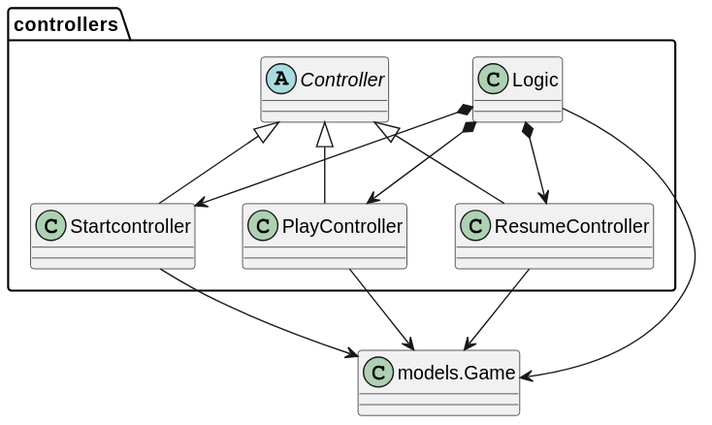
Above: out/connect4/Docs/diagrams/src/packages/connect4.connect4.controllers/connect4.connect4.controllers.svg in js-rom/connect4 (PlantUML), before the change. Its diagram source:
```plantuml
@startuml
abstract class controllers.Controller
class controllers.Startcontroller
class controllers.PlayController
class controllers.ResumeController
class controllers.Logic
class Game as "models.Game"

Controller <|-- Startcontroller
Controller <|-- PlayController
Controller <|-- ResumeController

Logic --> Game
Logic *--> Startcontroller
Logic *--> PlayController
Logic *--> ResumeController

Startcontroller --> Game
PlayController --> Game
ResumeController --> Game
@enduml
```
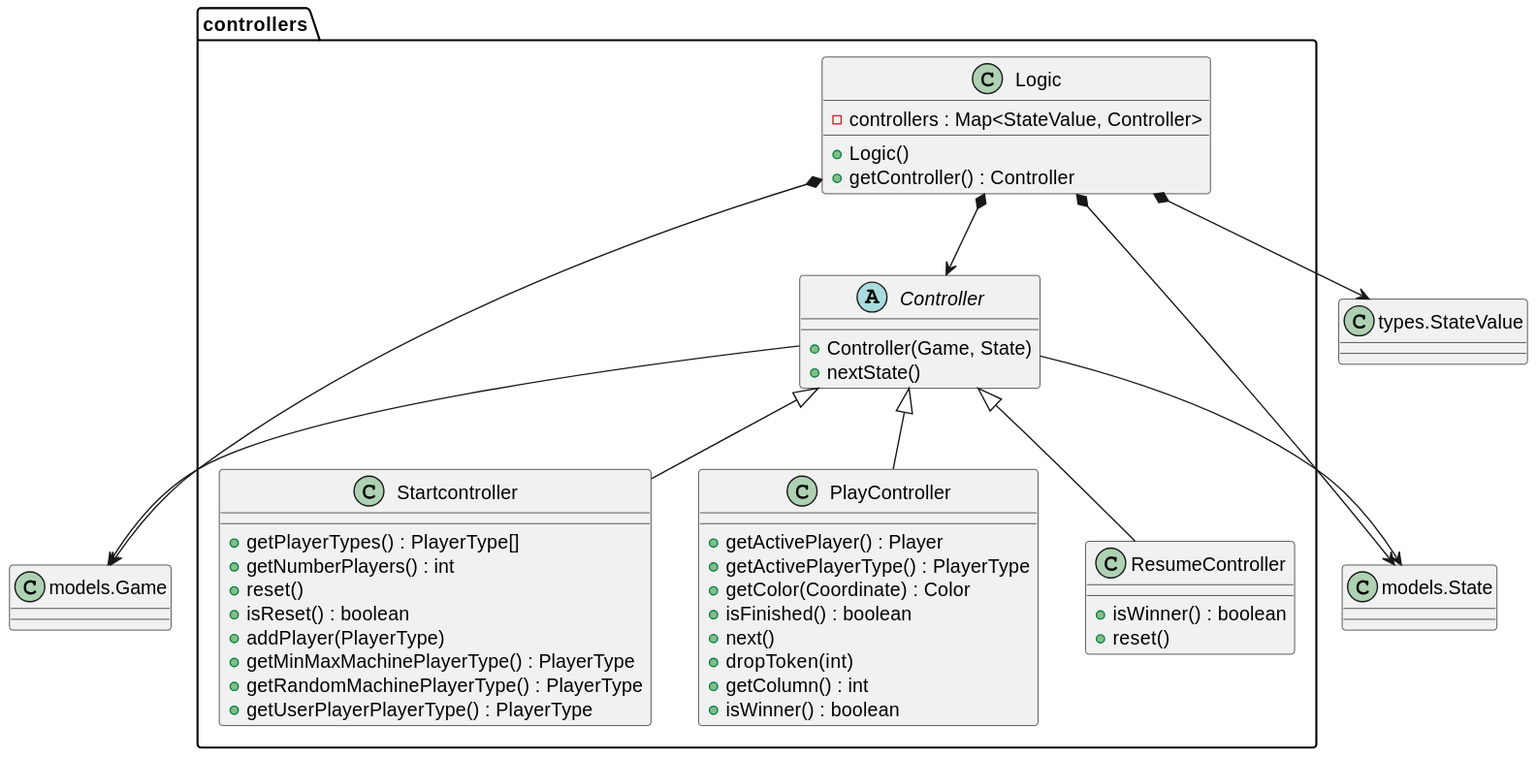
After the change.

Change to the diagram source:
```diff
@@ -1,21 +1,58 @@
 @startuml
-abstract class controllers.Controller
-class controllers.Startcontroller
-class controllers.PlayController
-class controllers.ResumeController
-class controllers.Logic
+class controllers.Logic {
+    -controllers : Map<StateValue, Controller>
+    +Logic()
+    +getController() : Controller
+}
+
+abstract class controllers.Controller {
+    +Controller(Game, State)
+    +nextState()
+}
+
+class controllers.Startcontroller {
+
+    +getPlayerTypes() : PlayerType[]
+    +getNumberPlayers() : int
+    +reset()
+    +isReset() : boolean
+    +addPlayer(PlayerType)
+    +getMinMaxMachinePlayerType() : PlayerType
+    +getRandomMachinePlayerType() : PlayerType
+    +getUserPlayerPlayerType() : PlayerType
+}
+
+class controllers.PlayController{
+    +getActivePlayer() : Player
+    +getActivePlayerType() : PlayerType
+    +getColor(Coordinate) : Color
+    +isFinished() : boolean
+    +next()
+    +dropToken(int)
+    +getColumn() : int
+    +isWinner() : boolean
+}
+class controllers.ResumeController{
+    +isWinner() : boolean
+    +reset()
+}
+
 class Game as "models.Game"
+class State as "models.State"
+class StateValue as "types.StateValue"
+
+
+
 
 Controller <|-- Startcontroller
 Controller <|-- PlayController
 Controller <|-- ResumeController
 
-Logic --> Game
-Logic *--> Startcontroller
-Logic *--> PlayController
-Logic *--> ResumeController
+Logic *--> Game
+Logic *--> State
+Logic *--> Controller
+Logic *--> StateValue
 
-Startcontroller --> Game
-PlayController --> Game
-ResumeController --> Game
+Controller --> Game
+Controller --> State
 @enduml
```
